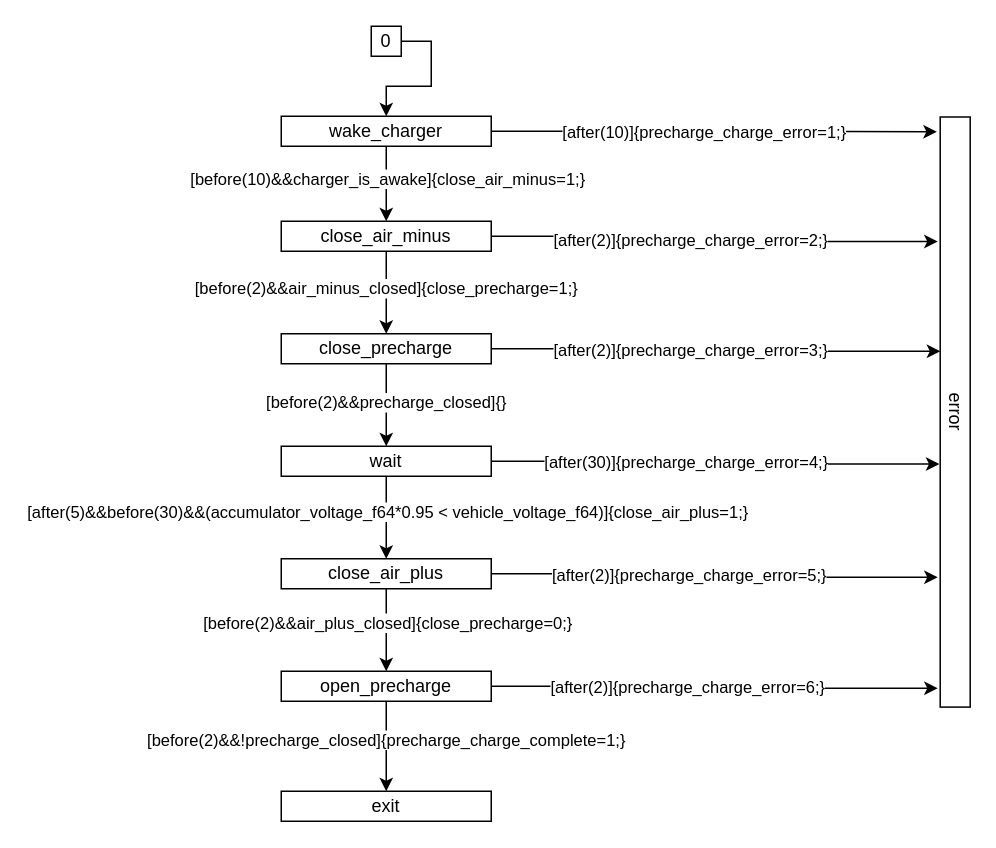
The draw.io diagram page "precharge_charge" (3 of 7) of xver/xsm/XML/graph.drawio in osceri/AMS-CC, before the edit. Source tidied: cells renumbered, new cells numbered last; positions are measured from the earlier drawing's top-left corner, leaving out a move shared by most shapes. Both pictures are drawn from the tidied source at 150%, with x=0, y=0 at pixel (280, 26).
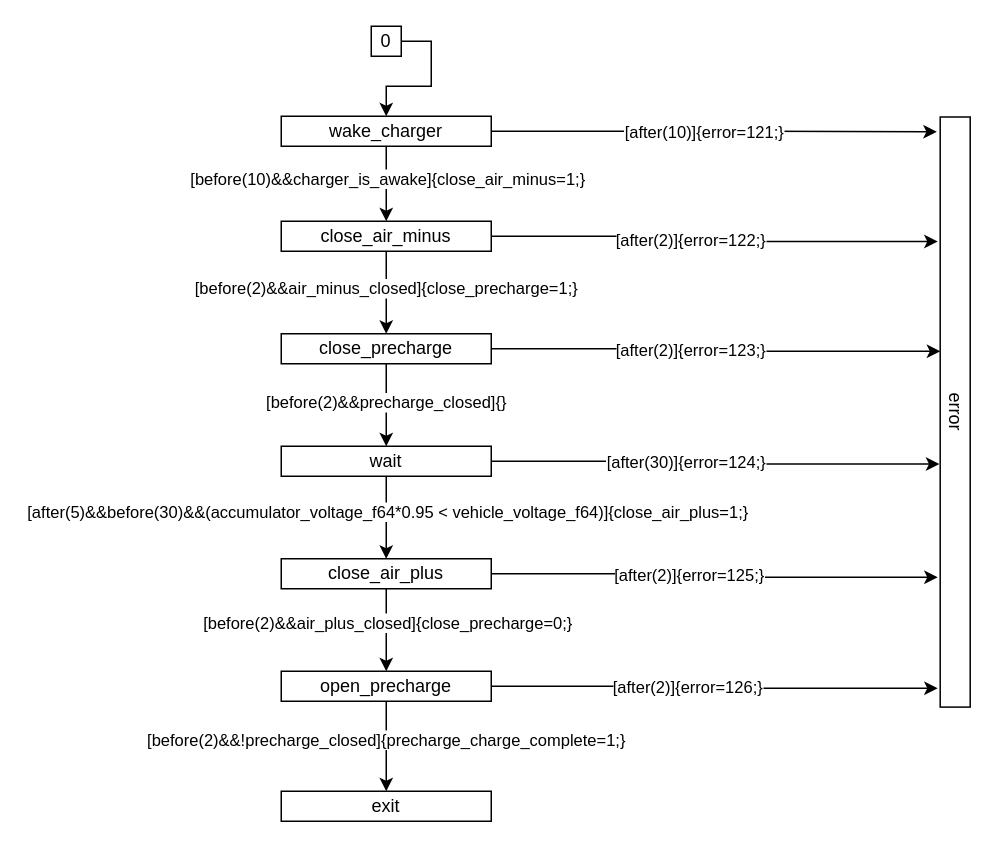
The same page after the edit.

The change refers to these unchanged cells:
```xml
<mxCell id="4" style="edgeStyle=orthogonalEdgeStyle;rounded=0;jettySize=auto;html=1;exitX=1;exitY=0.5;exitDx=0;exitDy=0;entryX=0.211;entryY=1.084;entryDx=0;entryDy=0;entryPerimeter=0;" parent="1" edge="1" source="6" target="27">
  <mxGeometry relative="1" as="geometry" />
</mxCell>
<mxCell id="9" style="edgeStyle=orthogonalEdgeStyle;rounded=0;jettySize=auto;html=1;exitX=1;exitY=0.5;exitDx=0;exitDy=0;entryX=0.397;entryY=0.998;entryDx=0;entryDy=0;entryPerimeter=0;" parent="1" edge="1" source="11" target="27">
  <mxGeometry relative="1" as="geometry" />
</mxCell>
<mxCell id="14" style="edgeStyle=orthogonalEdgeStyle;rounded=0;jettySize=auto;html=1;exitX=1;exitY=0.5;exitDx=0;exitDy=0;entryX=0.588;entryY=1.027;entryDx=0;entryDy=0;entryPerimeter=0;" parent="1" edge="1" source="16" target="27">
  <mxGeometry relative="1" as="geometry" />
</mxCell>
<mxCell id="19" style="edgeStyle=orthogonalEdgeStyle;rounded=0;jettySize=auto;html=1;exitX=1;exitY=0.5;exitDx=0;exitDy=0;entryX=0.78;entryY=1.084;entryDx=0;entryDy=0;entryPerimeter=0;" parent="1" edge="1" source="21" target="27">
  <mxGeometry relative="1" as="geometry" />
</mxCell>
<mxCell id="22" style="edgeStyle=orthogonalEdgeStyle;rounded=0;jettySize=auto;html=1;exitX=1;exitY=0.5;exitDx=0;exitDy=0;entryX=0.968;entryY=1.084;entryDx=0;entryDy=0;entryPerimeter=0;" parent="1" edge="1" source="26" target="27">
  <mxGeometry relative="1" as="geometry" />
</mxCell>
<mxCell id="33" style="edgeStyle=orthogonalEdgeStyle;rounded=0;jettySize=auto;html=1;exitX=1;exitY=0.5;exitDx=0;exitDy=0;entryX=0.025;entryY=1.113;entryDx=0;entryDy=0;entryPerimeter=0;" parent="1" edge="1" source="35" target="27">
  <mxGeometry relative="1" as="geometry" />
</mxCell>
```

Diff of the diagram source:
```diff
@@
-    <mxCell id="5" value="[after(2)]{precharge_charge_error=2;}" style="edgeLabel;html=1;align=center;verticalAlign=middle;" parent="4" vertex="1">
+    <mxCell id="5" value="[after(2)]{error=122;}" style="edgeLabel;html=1;align=center;verticalAlign=middle;" parent="4" vertex="1">
       <mxGeometry x="-0.12" y="-2" relative="1" as="geometry" />
     </mxCell>
@@
-    <mxCell id="10" value="[after(2)]{precharge_charge_error=3;}" style="edgeLabel;html=1;align=center;verticalAlign=middle;" parent="9" vertex="1">
+    <mxCell id="10" value="[after(2)]{error=123;}" style="edgeLabel;html=1;align=center;verticalAlign=middle;" parent="9" vertex="1">
       <mxGeometry x="-0.12" relative="1" as="geometry" />
     </mxCell>
@@
-    <mxCell id="15" value="[after(30)]{precharge_charge_error=4;}" style="edgeLabel;html=1;align=center;verticalAlign=middle;" parent="14" vertex="1">
+    <mxCell id="15" value="[after(30)]{error=124;}" style="edgeLabel;html=1;align=center;verticalAlign=middle;" parent="14" vertex="1">
       <mxGeometry x="-0.15" relative="1" as="geometry">
         <mxPoint x="1" as="offset" />
       </mxGeometry>
     </mxCell>
@@
-    <mxCell id="20" value="[after(2)]{precharge_charge_error=5;}" style="edgeLabel;html=1;align=center;verticalAlign=middle;" parent="19" vertex="1">
+    <mxCell id="20" value="[after(2)]{error=125;}" style="edgeLabel;html=1;align=center;verticalAlign=middle;" parent="19" vertex="1">
       <mxGeometry x="-0.67" y="-1" relative="1" as="geometry">
         <mxPoint x="81" y="-1" as="offset" />
       </mxGeometry>
     </mxCell>
@@
-    <mxCell id="23" value="[after(2)]{precharge_charge_error=6;}" style="edgeLabel;html=1;align=center;verticalAlign=middle;" parent="22" vertex="1">
+    <mxCell id="23" value="[after(2)]{error=126;}" style="edgeLabel;html=1;align=center;verticalAlign=middle;" parent="22" vertex="1">
       <mxGeometry x="-0.28" relative="1" as="geometry">
         <mxPoint x="22" as="offset" />
       </mxGeometry>
     </mxCell>
@@
-    <mxCell id="34" value="[after(10)]{precharge_charge_error=1;}" style="edgeLabel;html=1;align=center;verticalAlign=middle;" parent="33" vertex="1">
+    <mxCell id="34" value="[after(10)]{error=121;}" style="edgeLabel;html=1;align=center;verticalAlign=middle;" parent="33" vertex="1">
       <mxGeometry x="-0.05" relative="1" as="geometry" />
     </mxCell>
```
